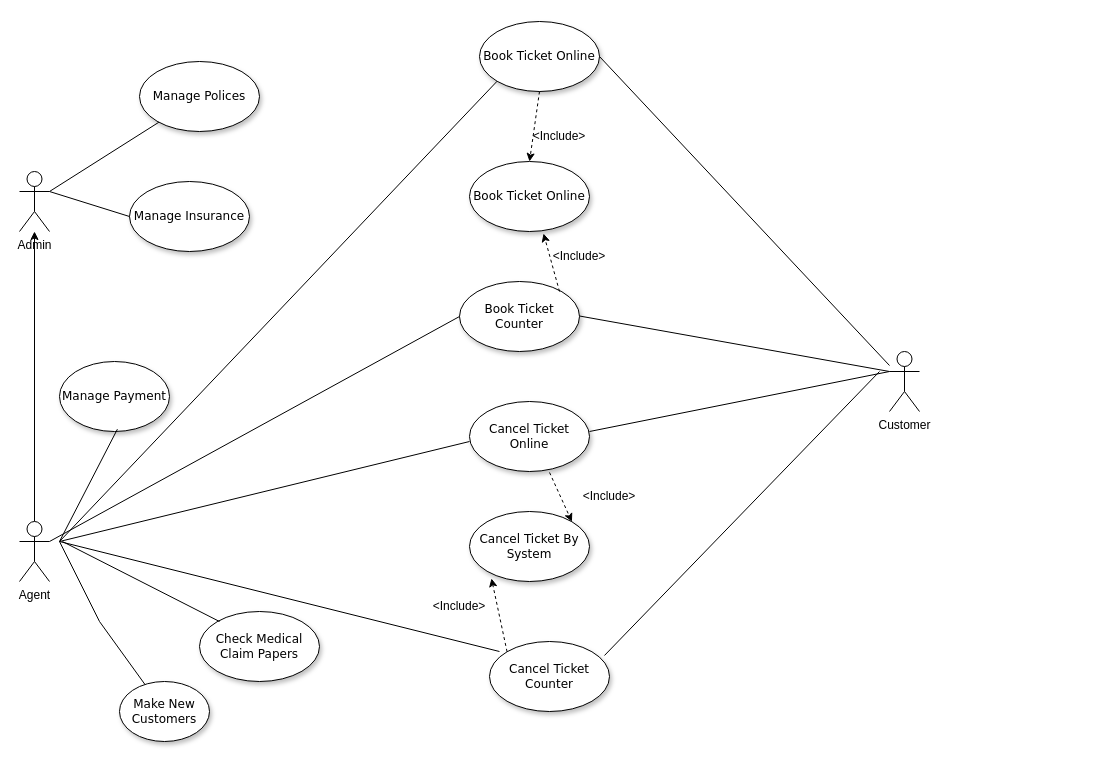
Above: Untitled Diagram.drawio in rivinduchamath/Helth-Insurance- (draw.io), before the change. Source tidied: cells renumbered, new cells numbered last; positions are measured from the earlier drawing's top-left corner, leaving out a move shared by most shapes. Both pictures are drawn from the tidied source at 100%, with x=0, y=0 at pixel (19, 21).
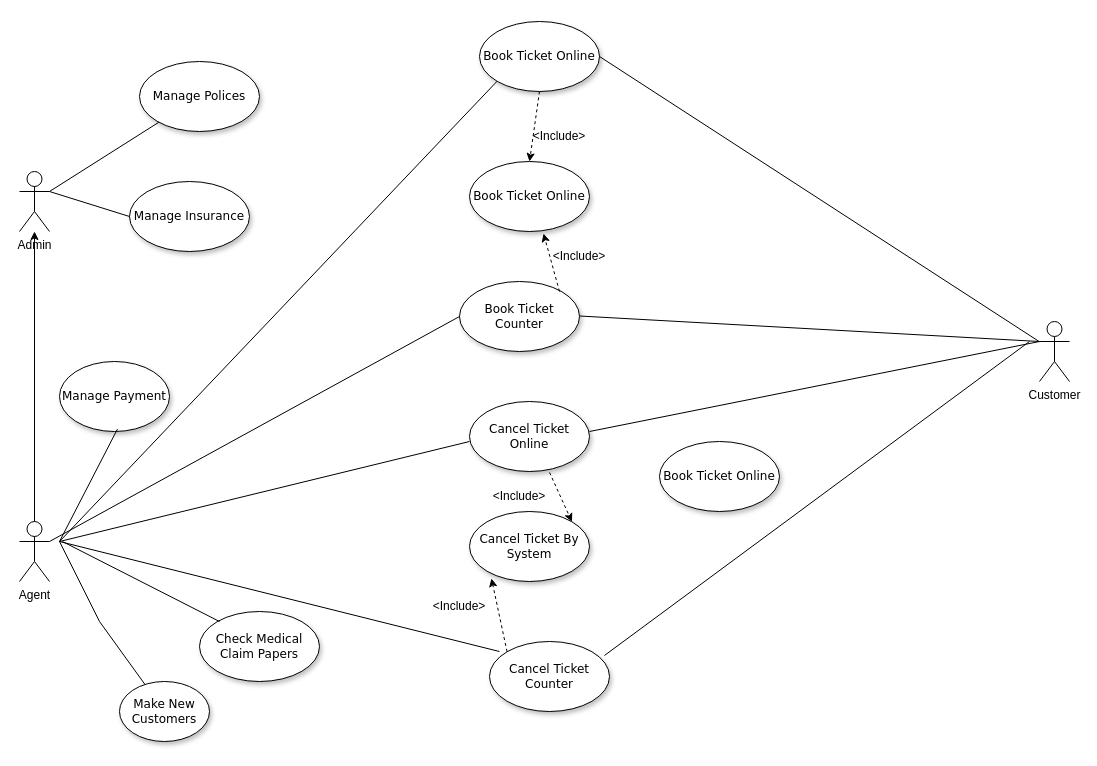
After the change.

Unchanged cells that the change refers to:
```xml
<mxCell id="11" value="Cancel Ticket Counter" style="ellipse;whiteSpace=wrap;html=1;rounded=0;shadow=1;comic=0;labelBackgroundColor=none;strokeWidth=1;fontFamily=Verdana;fontSize=12;align=center;" parent="1" vertex="1">
  <mxGeometry x="470" y="620" width="120" height="70" as="geometry" />
</mxCell>
```

What changed in the source:
```diff
@@
     <mxCell id="14" value="Customer" style="shape=umlActor;verticalLabelPosition=bottom;verticalAlign=top;html=1;outlineConnect=0;" parent="1" vertex="1">
-      <mxGeometry x="870" y="330" width="30" height="60" as="geometry" />
+      <mxGeometry x="1020" y="300" width="30" height="60" as="geometry" />
     </mxCell>
@@
-    <mxCell id="25" style="endArrow=none;html=1;rounded=0;exitX=1;exitY=0.5;exitDx=0;exitDy=0;" parent="1" edge="1">
+    <mxCell id="25" style="endArrow=none;html=1;rounded=0;exitX=1;exitY=0.5;exitDx=0;exitDy=0;entryX=0;entryY=0.3333333333333333;entryDx=0;entryDy=0;entryPerimeter=0;" parent="1" edge="1" target="14">
       <mxGeometry relative="1" as="geometry">
         <mxPoint x="560" y="294.5" as="sourcePoint" />
-        <mxPoint x="870" y="350" as="targetPoint" />
       </mxGeometry>
     </mxCell>
     <mxCell id="26" style="endArrow=none;html=1;rounded=0;" parent="1" edge="1">
       <mxGeometry relative="1" as="geometry">
         <mxPoint x="570" y="410" as="sourcePoint" />
-        <mxPoint x="870" y="350" as="targetPoint" />
+        <mxPoint x="1020" y="320" as="targetPoint" />
       </mxGeometry>
     </mxCell>
     <mxCell id="27" style="endArrow=none;html=1;rounded=0;exitX=0.958;exitY=0.2;exitDx=0;exitDy=0;exitPerimeter=0;" parent="1" edge="1" source="11">
       <mxGeometry relative="1" as="geometry">
-        <mxPoint x="860" y="350" as="targetPoint" />
+        <mxPoint x="1010" y="320" as="targetPoint" />
       </mxGeometry>
     </mxCell>
@@
     <mxCell id="36" value="&amp;lt;Include&amp;gt;" style="text;html=1;strokeColor=none;fillColor=none;align=center;verticalAlign=middle;whiteSpace=wrap;rounded=0;" parent="1" vertex="1">
-      <mxGeometry x="560" y="460" width="60" height="30" as="geometry" />
+      <mxGeometry x="470" y="460" width="60" height="30" as="geometry" />
     </mxCell>
@@
+    <mxCell id="38" value="Book Ticket Online" style="ellipse;whiteSpace=wrap;html=1;rounded=0;shadow=1;comic=0;labelBackgroundColor=none;strokeWidth=1;fontFamily=Verdana;fontSize=12;align=center;" parent="1" vertex="1">
+      <mxGeometry x="640" y="420" width="120" height="70" as="geometry" />
+    </mxCell>
```
